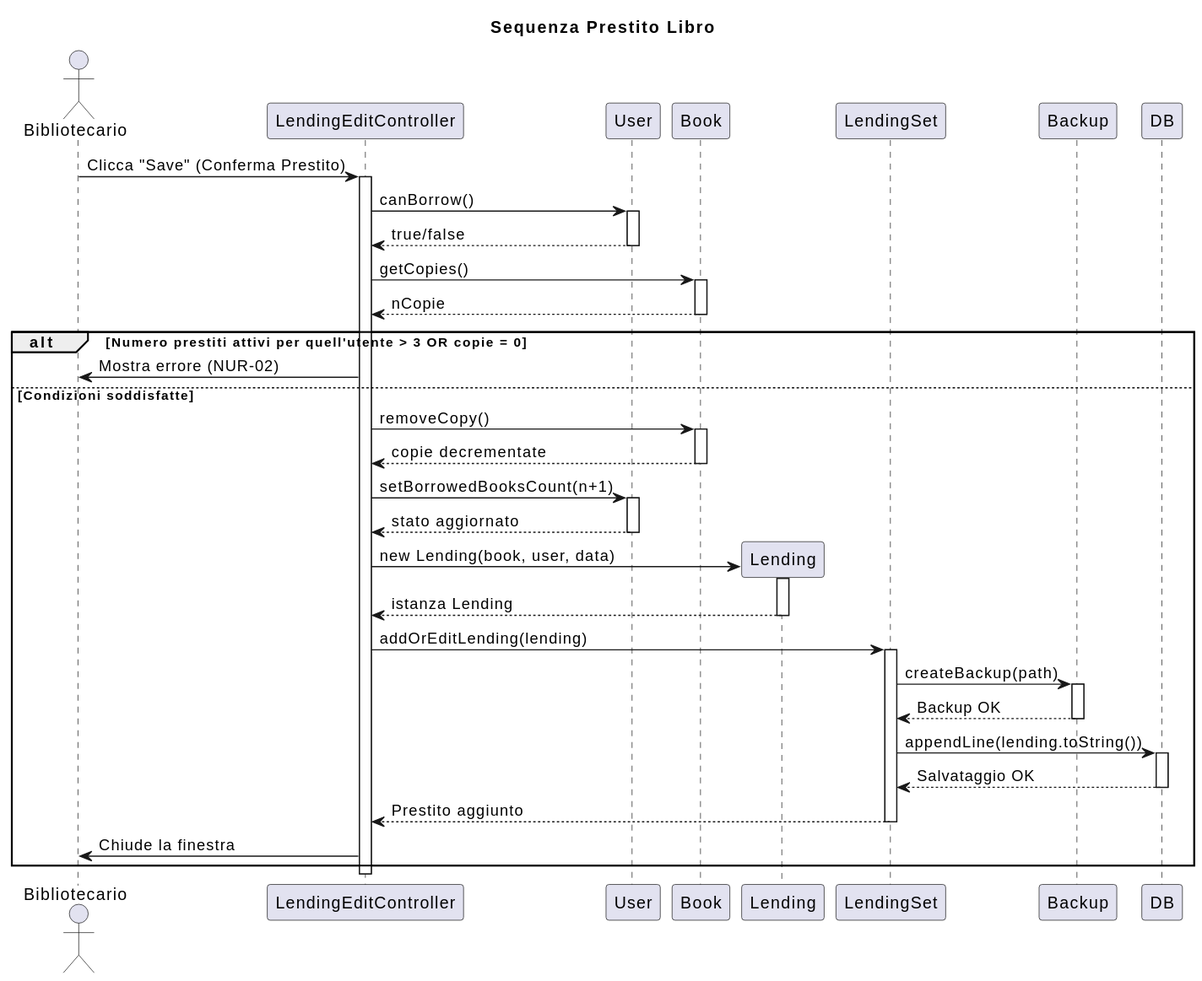
This is SDD/svg/sequence_lend_book.svg from VitoPalm/group-01-poco-lib, a PlantUML export, as it was before one commit.
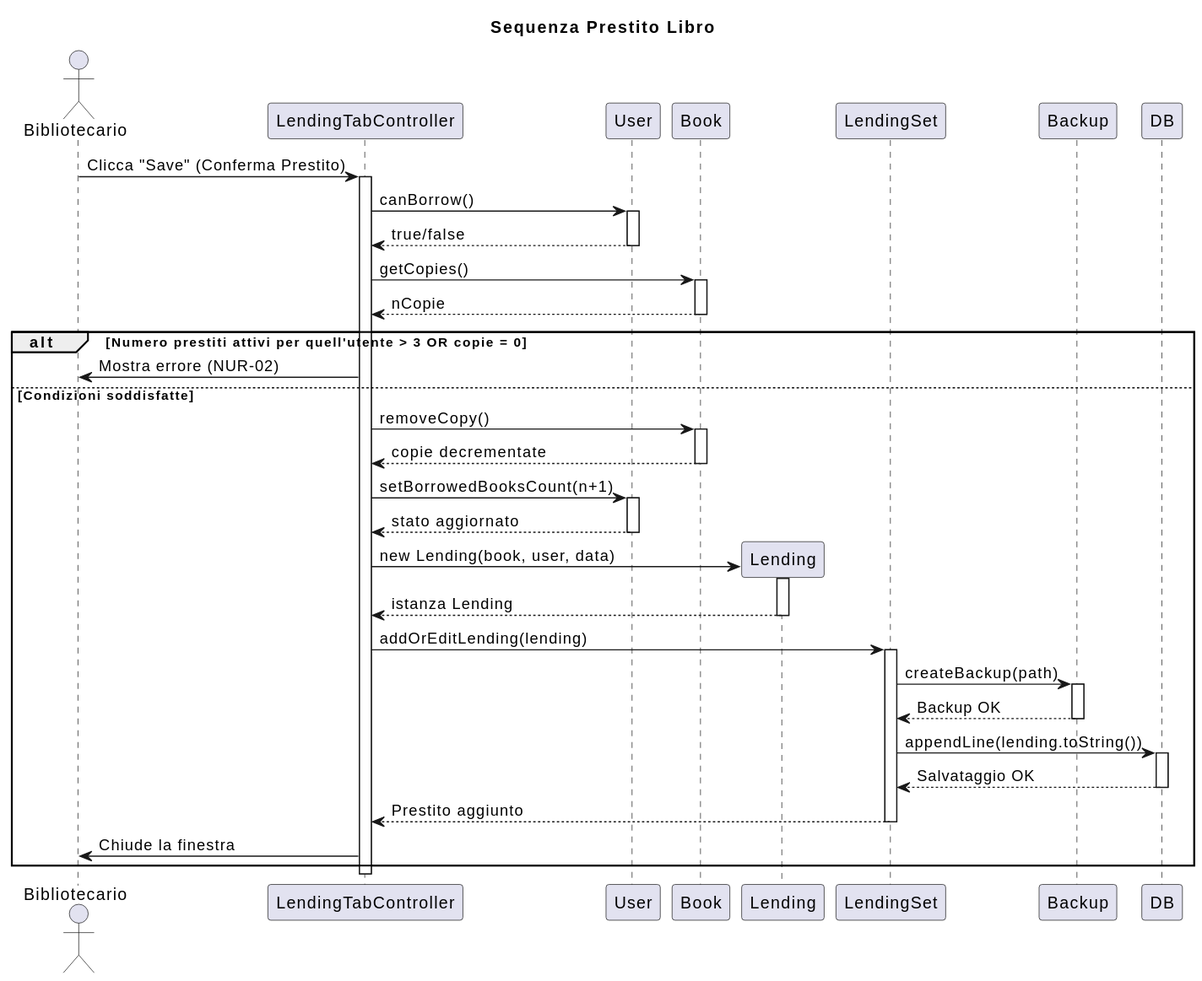
After the change.

Commit message:
Refactor code structure for improved readability and maintainability

What changed in the source:
```diff
@@ -2,7 +2,7 @@
 title Sequenza Prestito Libro
 
 actor "Bibliotecario" as User
-participant "LendingEditController" as Ctrl
+participant "LendingTabController" as Ctrl
 participant "User" as UserModel
 participant "Book" as BookModel
 participant "Lending" as LendModel
```
